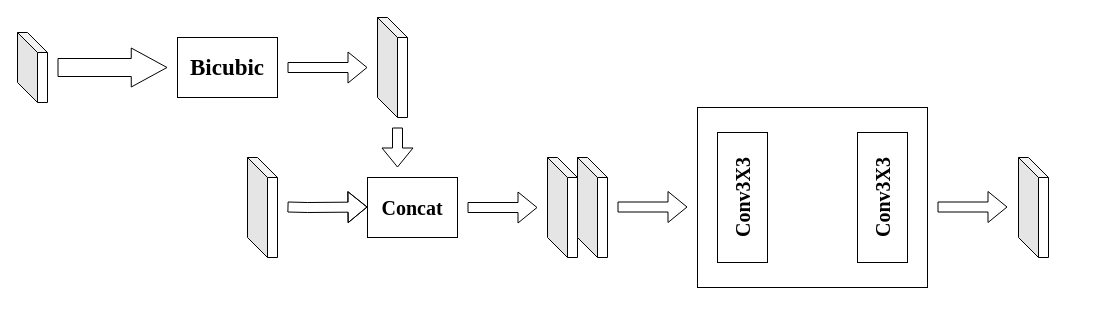
This is 亚像素卷积.drawio from gao131/nlp-beginner, a draw.io file, before an edit. Source tidied: cells renumbered, new cells numbered last; positions are measured from the earlier drawing's top-left corner, leaving out a move shared by most shapes. Both pictures are drawn from the tidied source at 100%, with x=0, y=0 at pixel (17, 17).
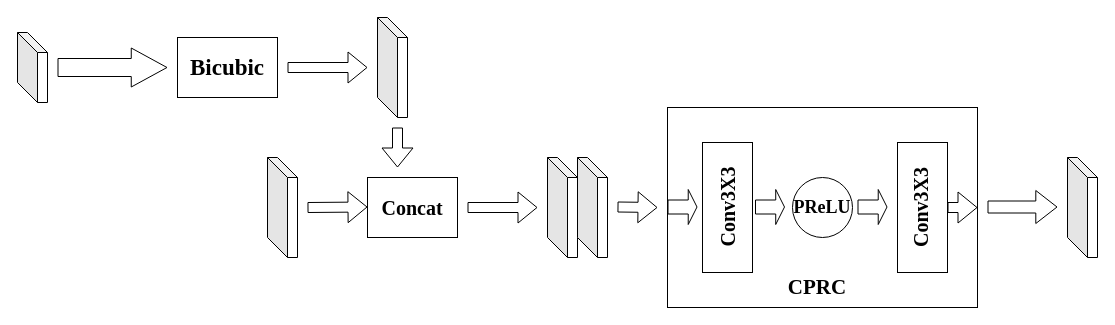
The same diagram, later.

Commit message (it also covers changes not shown here):
更新亚像素卷积.drawio

Diff of the diagram source:
```diff
@@
     <mxCell id="4" style="shape=cube;whiteSpace=wrap;html=1;boundedLbl=1;backgroundOutline=1;darkOpacity=0.05;darkOpacity2=0.1;" parent="1" vertex="1">
-      <mxGeometry x="230" y="140" width="30" height="100" as="geometry" />
+      <mxGeometry x="250" y="140" width="30" height="100" as="geometry" />
     </mxCell>
@@
     <mxCell id="7" style="shape=flexArrow;endArrow=classic;html=1;rounded=0;" parent="1" edge="1">
       <mxGeometry relative="1" as="geometry">
-        <mxPoint x="270" y="189.5" as="sourcePoint" />
+        <mxPoint x="290" y="190" as="sourcePoint" />
         <mxPoint x="350" y="189.5" as="targetPoint" />
         <Array as="points">
           <mxPoint x="290" y="190" />
         </Array>
       </mxGeometry>
     </mxCell>
@@
     <mxCell id="16" style="shape=flexArrow;endArrow=classic;html=1;rounded=0;" parent="1" edge="1">
       <mxGeometry relative="1" as="geometry">
         <mxPoint x="600" y="189.5" as="sourcePoint" />
-        <mxPoint x="670" y="189.5" as="targetPoint" />
+        <mxPoint x="640" y="190" as="targetPoint" />
       </mxGeometry>
     </mxCell>
     <mxCell id="17" style="rounded=0;whiteSpace=wrap;html=1;" parent="1" vertex="1">
-      <mxGeometry x="680" y="90" width="230" height="180" as="geometry" />
+      <mxGeometry x="650" y="90" width="310" height="200" as="geometry" />
     </mxCell>
-    <mxCell id="18" style="shape=flexArrow;endArrow=classic;html=1;rounded=0;" parent="1" edge="1">
+    <mxCell id="18" style="shape=flexArrow;endArrow=classic;html=1;rounded=0;width=12;endSize=6.73;" parent="1" edge="1">
       <mxGeometry relative="1" as="geometry">
-        <mxPoint x="920" y="189.5" as="sourcePoint" />
-        <mxPoint x="990" y="189.5" as="targetPoint" />
+        <mxPoint x="970" y="189.5" as="sourcePoint" />
+        <mxPoint x="1040" y="189.5" as="targetPoint" />
       </mxGeometry>
     </mxCell>
     <mxCell id="19" style="shape=cube;whiteSpace=wrap;html=1;boundedLbl=1;backgroundOutline=1;darkOpacity=0.05;darkOpacity2=0.1;" parent="1" vertex="1">
-      <mxGeometry x="1001" y="140" width="30" height="100" as="geometry" />
+      <mxGeometry x="1050" y="140" width="30" height="100" as="geometry" />
     </mxCell>
     <mxCell id="20" style="rounded=0;whiteSpace=wrap;html=1;" parent="1" vertex="1">
-      <mxGeometry x="700" y="115" width="50" height="130" as="geometry" />
+      <mxGeometry x="685" y="125" width="50" height="130" as="geometry" />
     </mxCell>
     <mxCell id="21" value="&lt;font style=&quot;font-size: 20px;&quot; face=&quot;Times New Roman&quot;&gt;&lt;b&gt;Conv3X3&lt;/b&gt;&lt;/font&gt;" style="text;html=1;align=center;verticalAlign=middle;whiteSpace=wrap;rounded=0;rotation=-90;" parent="1" vertex="1">
-      <mxGeometry x="695" y="165" width="60" height="30" as="geometry" />
+      <mxGeometry x="682.5" y="175" width="55" height="30" as="geometry" />
     </mxCell>
     <mxCell id="22" style="rounded=0;whiteSpace=wrap;html=1;" parent="1" vertex="1">
-      <mxGeometry x="840" y="115" width="50" height="130" as="geometry" />
+      <mxGeometry x="880" y="125" width="50" height="130" as="geometry" />
     </mxCell>
     <mxCell id="23" value="&lt;font style=&quot;font-size: 20px;&quot; face=&quot;Times New Roman&quot;&gt;&lt;b&gt;Conv3X3&lt;/b&gt;&lt;/font&gt;" style="text;html=1;align=center;verticalAlign=middle;whiteSpace=wrap;rounded=0;rotation=-90;" parent="1" vertex="1">
-      <mxGeometry x="835" y="165" width="60" height="30" as="geometry" />
+      <mxGeometry x="875" y="175" width="55" height="30" as="geometry" />
     </mxCell>
+    <mxCell id="24" style="shape=flexArrow;endArrow=classic;html=1;rounded=0;width=14;endSize=2.59;entryX=0;entryY=0.5;entryDx=0;entryDy=0;" parent="1" edge="1">
+      <mxGeometry relative="1" as="geometry">
+        <mxPoint x="737.5" y="189.5" as="sourcePoint" />
+        <mxPoint x="767.5" y="189.5" as="targetPoint" />
+        <Array as="points">
+          <mxPoint x="767.5" y="189.5" />
+        </Array>
+      </mxGeometry>
+    </mxCell>
+    <mxCell id="25" style="shape=flexArrow;endArrow=classic;html=1;rounded=0;width=14;endSize=2.59;entryX=0;entryY=0.5;entryDx=0;entryDy=0;" parent="1" edge="1">
+      <mxGeometry relative="1" as="geometry">
+        <mxPoint x="650" y="189.5" as="sourcePoint" />
+        <mxPoint x="680" y="189.5" as="targetPoint" />
+        <Array as="points">
+          <mxPoint x="680" y="189.5" />
+        </Array>
+      </mxGeometry>
+    </mxCell>
+    <mxCell id="26" value="&lt;font face=&quot;Times New Roman&quot; style=&quot;font-size: 18px;&quot;&gt;&lt;b style=&quot;&quot;&gt;PReLU&lt;/b&gt;&lt;/font&gt;" style="ellipse;whiteSpace=wrap;html=1;" parent="1" vertex="1">
+      <mxGeometry x="775" y="160" width="60" height="60" as="geometry" />
+    </mxCell>
+    <mxCell id="27" style="shape=flexArrow;endArrow=classic;html=1;rounded=0;width=14;endSize=2.59;entryX=0;entryY=0.5;entryDx=0;entryDy=0;" parent="1" edge="1">
+      <mxGeometry relative="1" as="geometry">
+        <mxPoint x="840" y="189.5" as="sourcePoint" />
+        <mxPoint x="870" y="189.5" as="targetPoint" />
+        <Array as="points">
+          <mxPoint x="870" y="189.5" />
+        </Array>
+      </mxGeometry>
+    </mxCell>
+    <mxCell id="28" style="shape=flexArrow;endArrow=classic;html=1;rounded=0;exitX=1;exitY=0.5;exitDx=0;exitDy=0;entryX=1;entryY=0.5;entryDx=0;entryDy=0;" parent="1" edge="1" source="22" target="17">
+      <mxGeometry relative="1" as="geometry" />
+    </mxCell>
+    <mxCell id="29" value="&lt;font face=&quot;Times New Roman&quot; style=&quot;font-size: 21px;&quot;&gt;&lt;b&gt;CPRC&lt;/b&gt;&lt;/font&gt;" style="text;html=1;align=center;verticalAlign=middle;whiteSpace=wrap;rounded=0;" parent="1" vertex="1">
+      <mxGeometry x="770" y="255" width="60" height="30" as="geometry" />
+    </mxCell>
```
